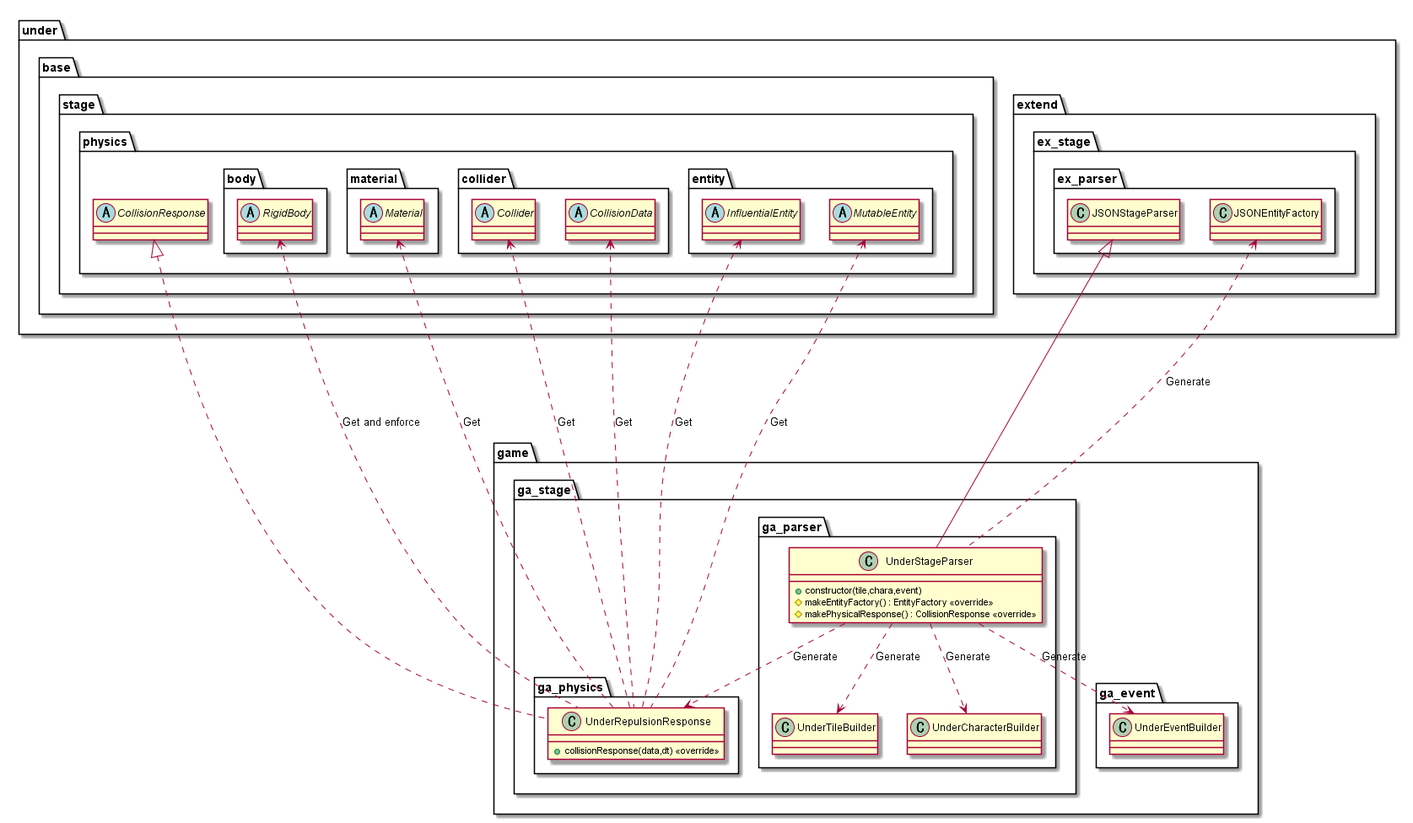
Expine/Under keeps this PlantUML diagram as out/uml/stage/Game/StageGame.png. Above is the earlier version.
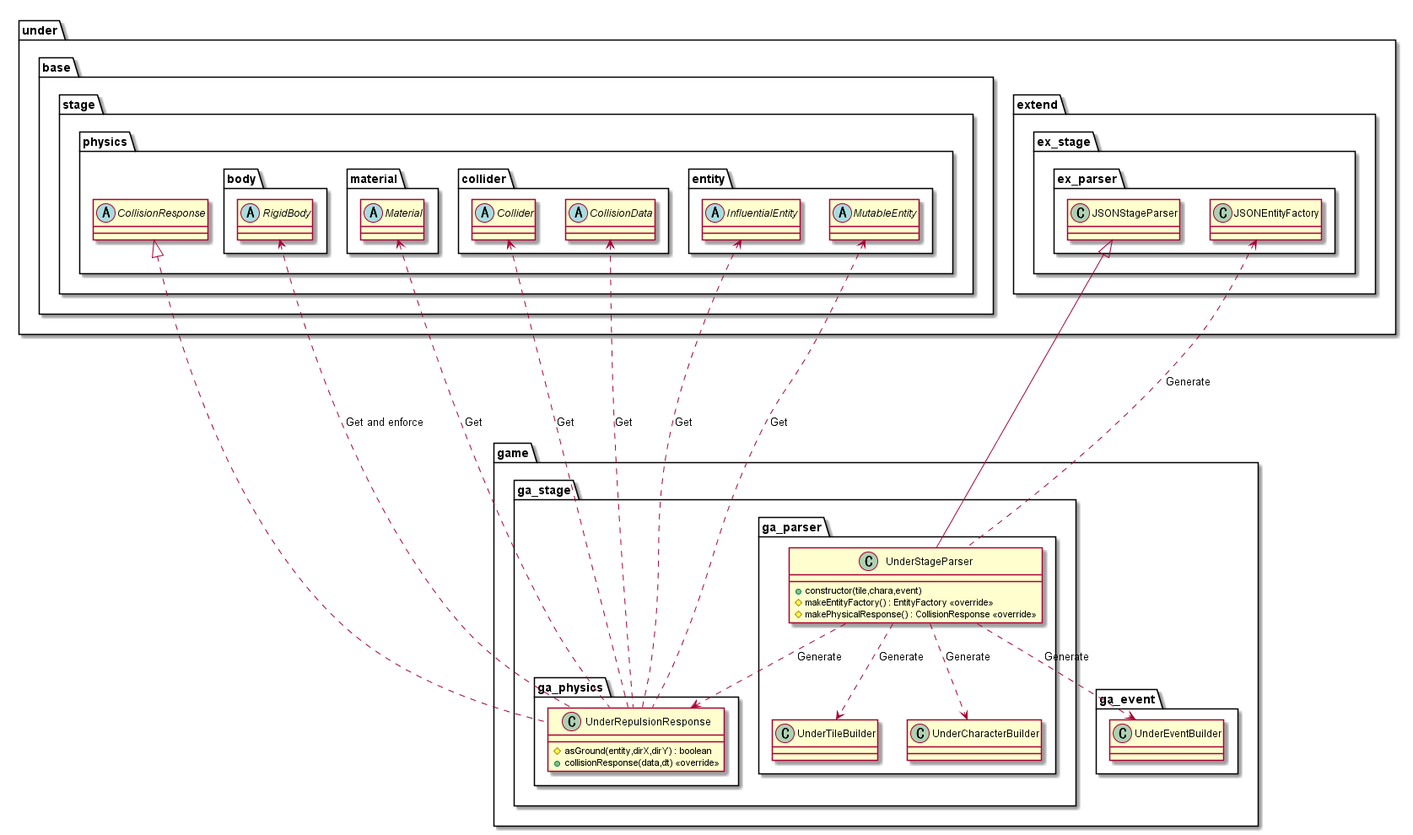
After the commit.

Change to the diagram source:
```diff
@@ -12,6 +12,7 @@
 
         package ga_physics {
             class UnderRepulsionResponse {
+                #asGround(entity,dirX,dirY) : boolean
                 +collisionResponse(data,dt) <<override>>
             }
         }
```
